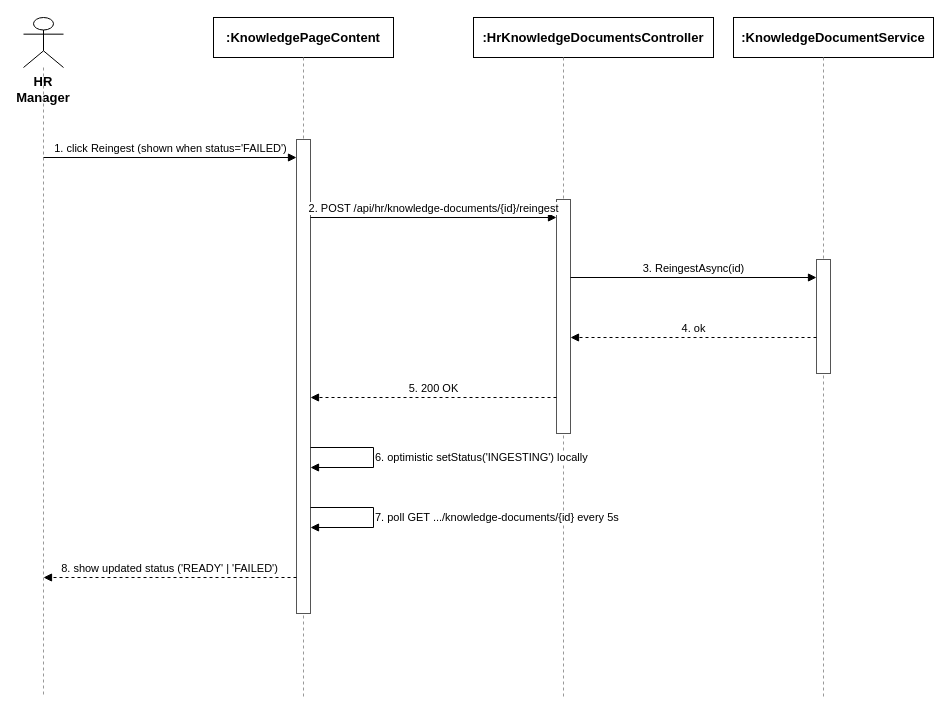
Above: docs/qa/Nam_SequenceDiagram/08_KnowledgeBaseManagement_ReingestDocument.drawio in tulklk/AI_Interview_Question_Generation_RAG_LLM_FE (draw.io), before the change. Source tidied: cells renumbered, new cells numbered last; positions are measured from the earlier drawing's top-left corner, leaving out a move shared by most shapes. Both pictures are drawn from the tidied source at 100%, with x=0, y=0 at pixel (23, 17).
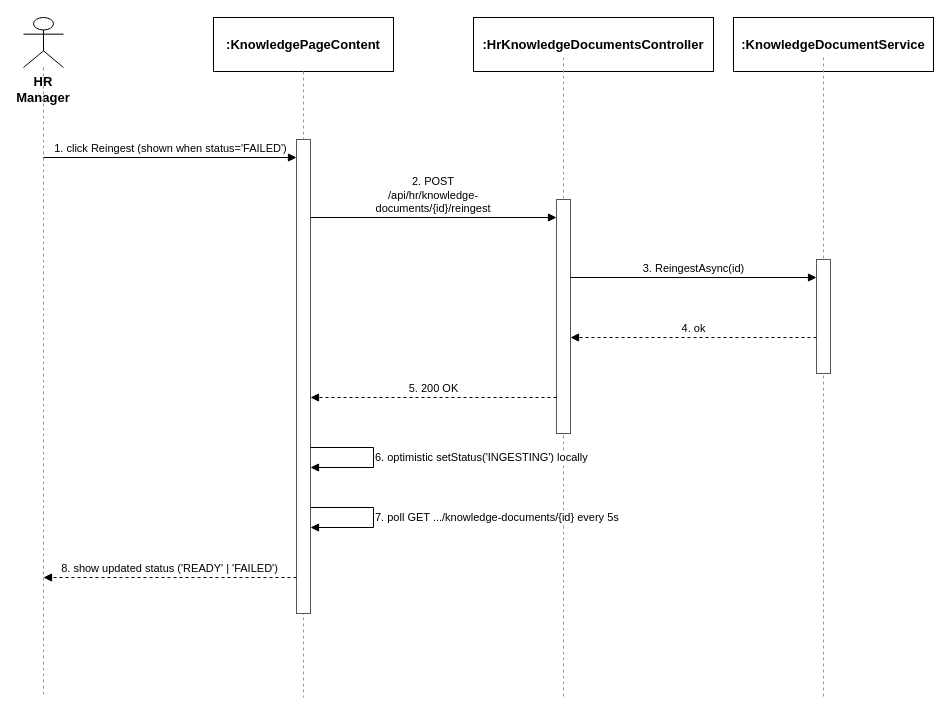
The same diagram, later.

Change to the diagram source:
```diff
@@
     <mxCell id="4" value=":KnowledgePageContent" style="rounded=0;whiteSpace=wrap;html=1;fontSize=13;fillColor=#ffffff;strokeColor=#000000;fontStyle=1;" parent="1" vertex="1">
-      <mxGeometry x="190" width="180" height="40" as="geometry" />
+      <mxGeometry x="190" width="180" height="54" as="geometry" />
     </mxCell>
     <mxCell id="5" style="endArrow=none;dashed=1;html=1;strokeColor=#999999;" parent="1" edge="1">
       <mxGeometry relative="1" as="geometry">
-        <mxPoint x="280" y="40" as="sourcePoint" />
+        <mxPoint x="280" y="54" as="sourcePoint" />
         <mxPoint x="280" y="680" as="targetPoint" />
       </mxGeometry>
     </mxCell>
     <mxCell id="6" value=":HrKnowledgeDocumentsController" style="rounded=0;whiteSpace=wrap;html=1;fontSize=13;fillColor=#ffffff;strokeColor=#000000;fontStyle=1;" parent="1" vertex="1">
-      <mxGeometry x="450" width="240" height="40" as="geometry" />
+      <mxGeometry x="450" width="240" height="54" as="geometry" />
     </mxCell>
@@
     <mxCell id="8" value=":KnowledgeDocumentService" style="rounded=0;whiteSpace=wrap;html=1;fontSize=13;fillColor=#ffffff;strokeColor=#000000;fontStyle=1;" parent="1" vertex="1">
-      <mxGeometry x="710" width="200" height="40" as="geometry" />
+      <mxGeometry x="710" width="200" height="54" as="geometry" />
     </mxCell>
@@
-    <mxCell id="14" value="2. POST /api/hr/knowledge-documents/{id}/reingest" style="endArrow=block;endFill=1;html=1;fontSize=11;align=center;verticalAlign=bottom;labelBackgroundColor=#ffffff;strokeColor=#000000;" parent="1" edge="1">
+    <mxCell id="14" value="2. POST /api/hr/knowledge-documents/{id}/reingest" style="endArrow=block;endFill=1;html=1;whiteSpace=wrap;fontSize=11;align=center;verticalAlign=bottom;labelBackgroundColor=#ffffff;strokeColor=#000000;" parent="1" edge="1">
       <mxGeometry relative="1" as="geometry">
         <mxPoint x="287" y="200" as="sourcePoint" />
         <mxPoint x="533" y="200" as="targetPoint" />
       </mxGeometry>
     </mxCell>
```
